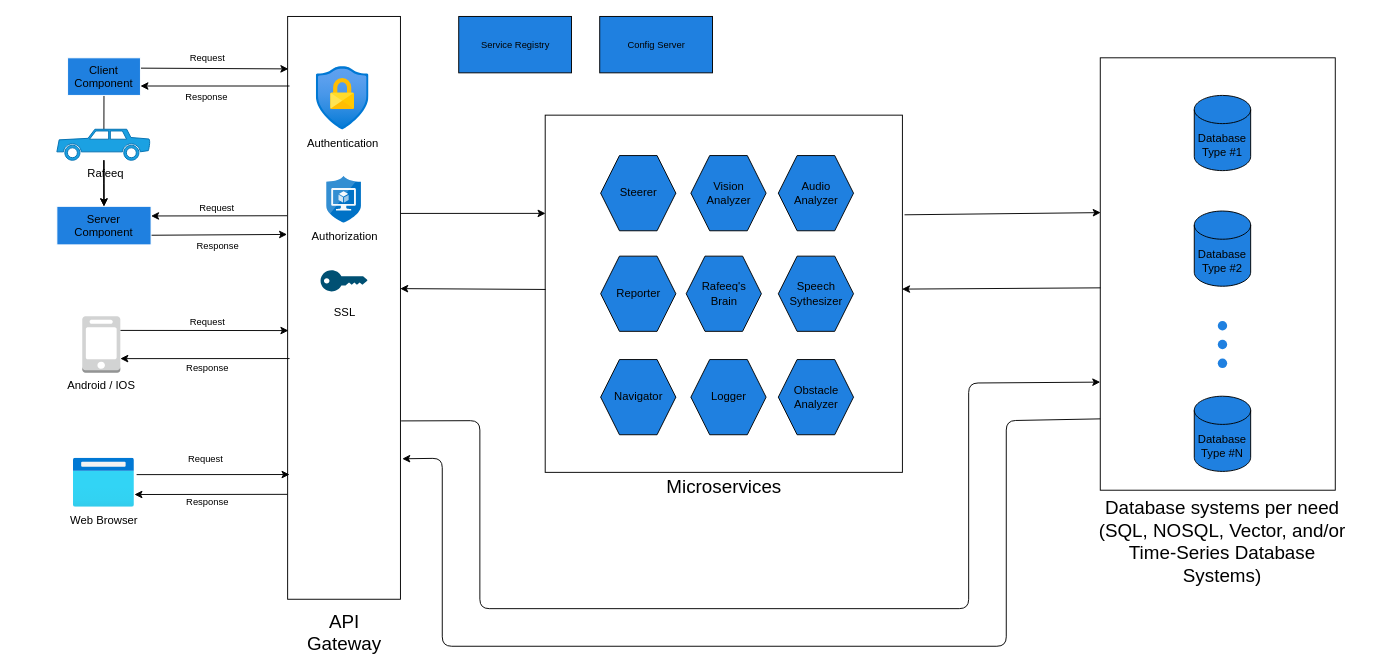
This is doc/UML/Class Diagram/architecture.drawio from pro-gram-ming/rafeeq, a draw.io file, before an edit. Source tidied: cells renumbered, new cells numbered last; positions are measured from the earlier drawing's top-left corner, leaving out a move shared by most shapes. Both pictures are drawn from the tidied source at 94%, with x=0, y=0 at pixel (56, 16).
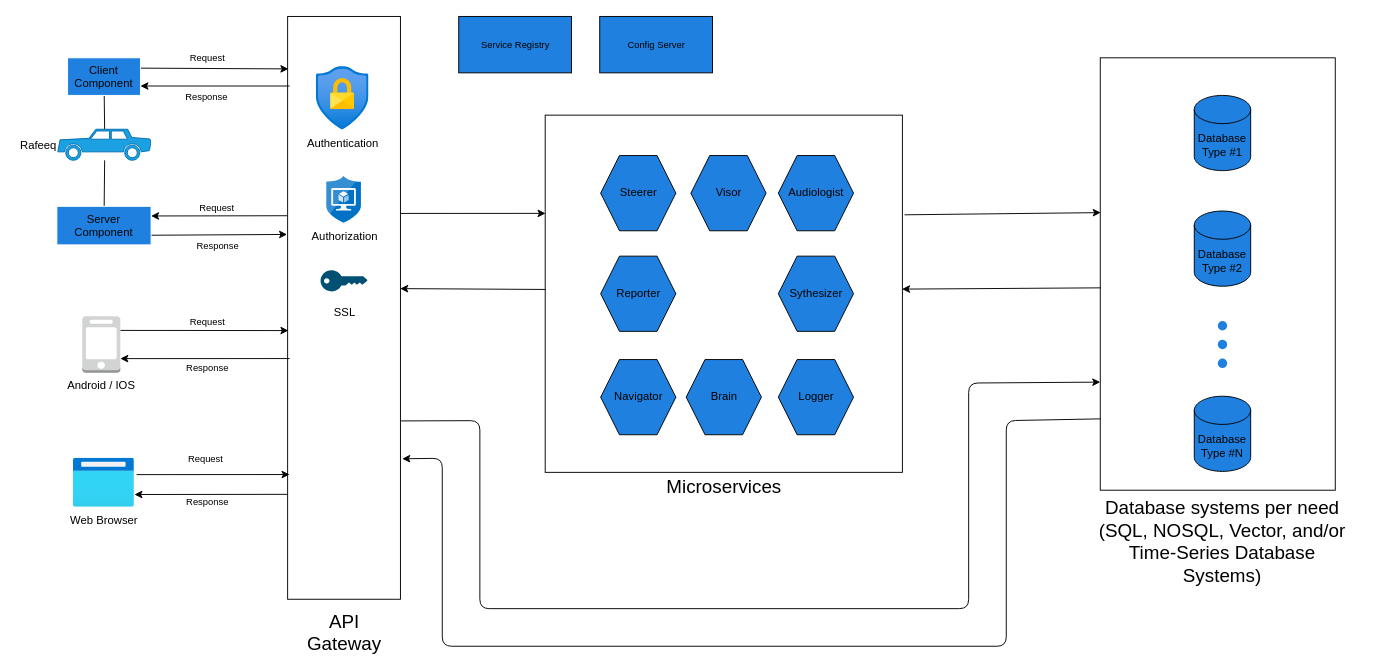
Above is the later version.

Unchanged cells that the change refers to:
```xml
<mxCell id="28" value="Server Component" style="whiteSpace=wrap;html=1;verticalAlign=top;fillColor=#1f80e0;strokeColor=#FFFFFF;fontColor=default;fillStyle=solid;labelBackgroundColor=none;" parent="1" vertex="1">
  <mxGeometry y="202" width="100.2" height="41" as="geometry" />
</mxCell>
<mxCell id="31" style="group;fontSize=20;labelBackgroundColor=none;fontColor=none;noLabel=1;" parent="1" vertex="1">
  <mxGeometry x="519.5" y="105" width="380" height="410" as="geometry" />
</mxCell>
```

Change to the diagram source:
```diff
@@
+    <mxCell id="9" style="edgeStyle=none;html=1;fontSize=10;fontColor=#FFFFFF;endArrow=none;endFill=0;" parent="1" edge="1" source="12" target="28">
+      <mxGeometry relative="1" as="geometry" />
+    </mxCell>
@@
-    <mxCell id="9" style="edgeStyle=none;html=1;fontSize=10;fontColor=#FFFFFF;endArrow=none;endFill=0;" parent="1" edge="1" source="12" target="28">
-      <mxGeometry relative="1" as="geometry" />
-    </mxCell>
-    <mxCell id="10" style="edgeStyle=orthogonalEdgeStyle;rounded=0;jettySize=auto;html=1;" parent="1" edge="1" source="12" target="28">
-      <mxGeometry relative="1" as="geometry" />
-    </mxCell>
-    <mxCell id="11" style="edgeStyle=orthogonalEdgeStyle;rounded=0;jettySize=auto;html=1;" parent="1" edge="1" source="12" target="28">
-      <mxGeometry relative="1" as="geometry" />
-    </mxCell>
-    <mxCell id="12" value="&amp;nbsp;Rafeeq" style="shape=mxgraph.signs.transportation.car_2;html=1;fillColor=#1ba1e2;strokeColor=#006EAF;verticalLabelPosition=bottom;verticalAlign=top;align=center;fillStyle=solid;fontColor=default;" parent="1" vertex="1">
-      <mxGeometry y="120" width="100" height="33" as="geometry" />
-    </mxCell>
@@
-    <mxCell id="33" value="Vision Analyzer" style="shape=hexagon;perimeter=hexagonPerimeter2;whiteSpace=wrap;html=1;fixedSize=1;rotation=0;fillColor=#1f80e0;" parent="31" vertex="1">
+    <mxCell id="33" value="Visor" style="shape=hexagon;perimeter=hexagonPerimeter2;whiteSpace=wrap;html=1;fixedSize=1;rotation=0;fillColor=#1f80e0;" parent="31" vertex="1">
       <mxGeometry x="155" y="43" width="80" height="80" as="geometry" />
     </mxCell>
-    <mxCell id="34" value="Audio Analyzer" style="shape=hexagon;perimeter=hexagonPerimeter2;whiteSpace=wrap;html=1;fixedSize=1;rotation=0;fillColor=#1f80e0;" parent="31" vertex="1">
+    <mxCell id="34" value="&lt;p style=&quot;white-space-collapse: preserve;&quot; dir=&quot;auto&quot;&gt;Audiologist&lt;/p&gt;" style="shape=hexagon;perimeter=hexagonPerimeter2;whiteSpace=wrap;html=1;fixedSize=1;rotation=0;fillColor=#1f80e0;" parent="31" vertex="1">
       <mxGeometry x="248" y="43" width="80" height="80" as="geometry" />
     </mxCell>
-    <mxCell id="35" value="Obstacle Analyzer" style="shape=hexagon;perimeter=hexagonPerimeter2;whiteSpace=wrap;html=1;fixedSize=1;rotation=0;fillColor=#1f80e0;" parent="31" vertex="1">
-      <mxGeometry x="248" y="260" width="80" height="80" as="geometry" />
-    </mxCell>
-    <mxCell id="36" value="Rafeeq's Brain" style="shape=hexagon;perimeter=hexagonPerimeter2;whiteSpace=wrap;html=1;fixedSize=1;rotation=0;fillColor=#1f80e0;" parent="31" vertex="1">
-      <mxGeometry x="150" y="150" width="80" height="80" as="geometry" />
+    <mxCell id="36" value="Brain" style="shape=hexagon;perimeter=hexagonPerimeter2;whiteSpace=wrap;html=1;fixedSize=1;rotation=0;fillColor=#1f80e0;" parent="31" vertex="1">
+      <mxGeometry x="150" y="260" width="80" height="80" as="geometry" />
     </mxCell>
     <mxCell id="37" value="Logger" style="shape=hexagon;perimeter=hexagonPerimeter2;whiteSpace=wrap;html=1;fixedSize=1;rotation=0;fillColor=#1f80e0;" parent="31" vertex="1">
-      <mxGeometry x="155" y="260" width="80" height="80" as="geometry" />
+      <mxGeometry x="248" y="260" width="80" height="80" as="geometry" />
     </mxCell>
@@
-    <mxCell id="40" value="Speech Sythesizer" style="shape=hexagon;perimeter=hexagonPerimeter2;whiteSpace=wrap;html=1;fixedSize=1;rotation=0;fillColor=#1f80e0;" parent="31" vertex="1">
+    <mxCell id="40" value="Sythesizer" style="shape=hexagon;perimeter=hexagonPerimeter2;whiteSpace=wrap;html=1;fixedSize=1;rotation=0;fillColor=#1f80e0;" parent="31" vertex="1">
       <mxGeometry x="248" y="150" width="80" height="80" as="geometry" />
     </mxCell>
@@
+    <mxCell id="12" value="&amp;nbsp;Rafeeq" style="shape=mxgraph.signs.transportation.car_2;html=1;fillColor=#1ba1e2;strokeColor=#006EAF;verticalLabelPosition=middle;verticalAlign=middle;align=right;fillStyle=solid;fontColor=default;labelPosition=left;" parent="1" vertex="1">
+      <mxGeometry x="1" y="120" width="100" height="33" as="geometry" />
+    </mxCell>
```
